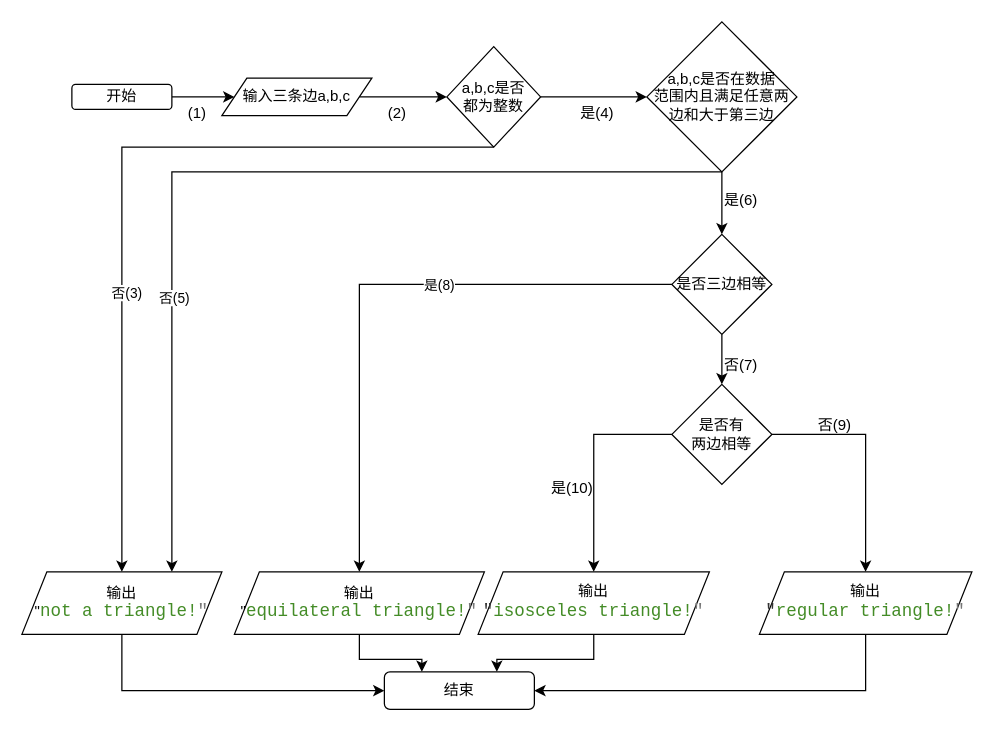
This is 未命名绘图.drawio from qymiy/Platform-21371341, a draw.io file, before an edit. Source tidied: cells renumbered, new cells numbered last; positions are measured from the earlier drawing's top-left corner, leaving out a move shared by most shapes. Both pictures are drawn from the tidied source at 125%, with x=0, y=0 at pixel (21, 21).
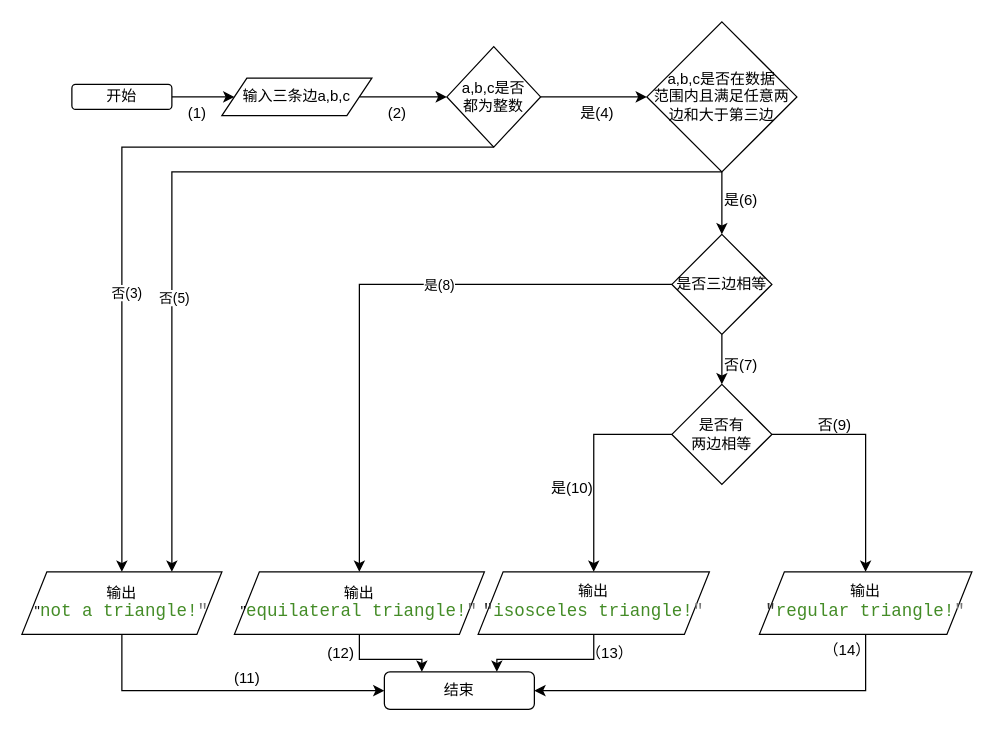
Above is the later version.

What changed in the source:
```diff
@@
+    <mxCell id="38" value="(11)" style="text;html=1;align=center;verticalAlign=middle;strokeColor=none;fillColor=none;" parent="1" vertex="1">
+      <mxGeometry x="160" y="510" width="40" height="30" as="geometry" />
+    </mxCell>
+    <mxCell id="39" value="(12)" style="text;html=1;align=center;verticalAlign=middle;strokeColor=none;fillColor=none;" parent="1" vertex="1">
+      <mxGeometry x="230" y="490" width="50" height="30" as="geometry" />
+    </mxCell>
+    <mxCell id="40" value="（13）" style="text;html=1;align=center;verticalAlign=middle;strokeColor=none;fillColor=none;" parent="1" vertex="1">
+      <mxGeometry x="440" y="490" width="60" height="30" as="geometry" />
+    </mxCell>
+    <mxCell id="41" value="（14）" style="text;html=1;align=center;verticalAlign=middle;strokeColor=none;fillColor=none;" parent="1" vertex="1">
+      <mxGeometry x="630" y="488" width="60" height="30" as="geometry" />
+    </mxCell>
```
